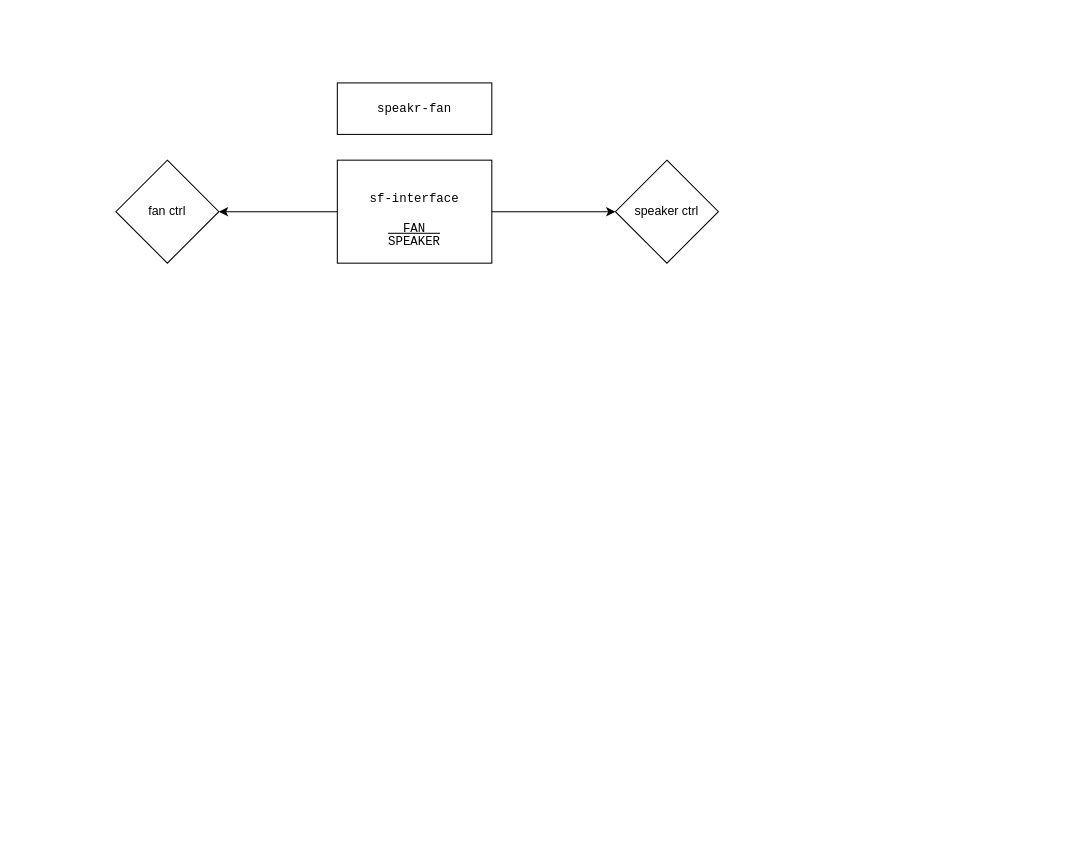
The draw.io diagram arch.dio in khray/speakr-fan, before the edit. Source tidied: cells renumbered, new cells numbered last; positions are measured from the earlier drawing's top-left corner, leaving out a move shared by most shapes. Both pictures are drawn from the tidied source at 103%, with x=0, y=0 at pixel (115, 82).
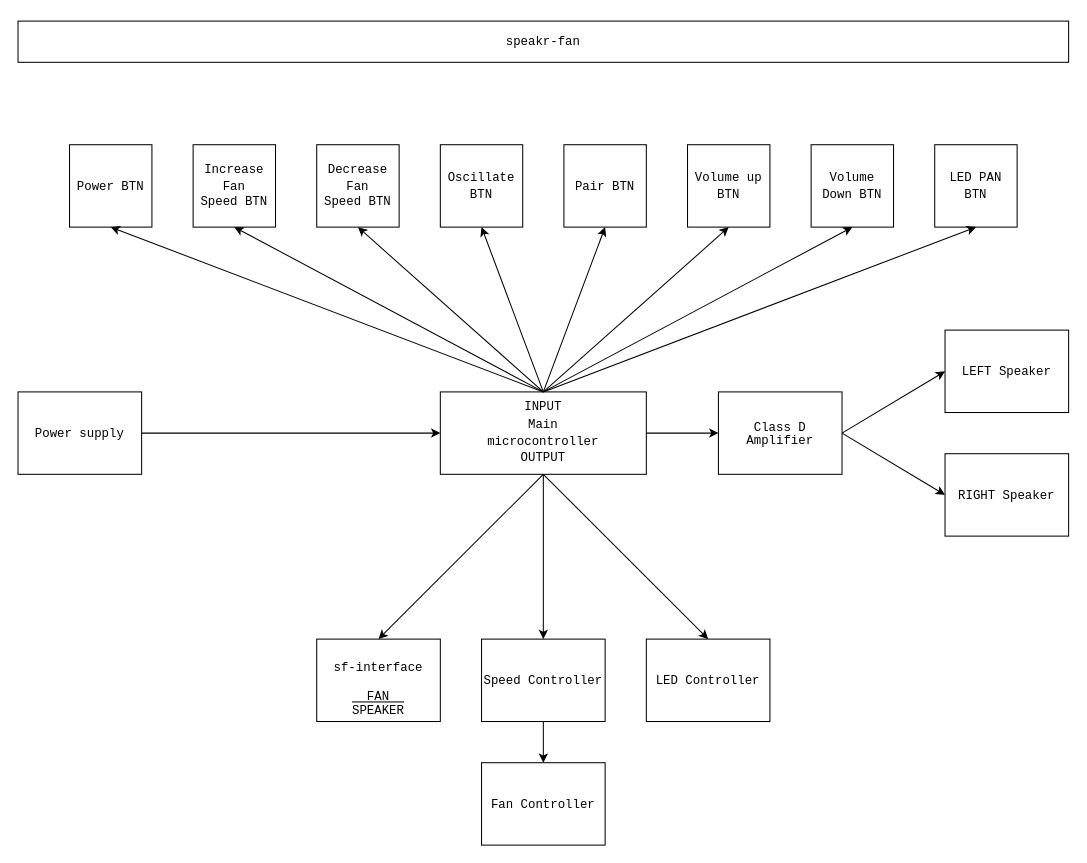
The same diagram, later.

Commit message (it also covers changes not shown here):
Updated the block diagram

The edit, as a diff of the source:
```diff
@@
     <mxCell id="2" value="&lt;h4&gt;&lt;span style=&quot;font-weight: normal;&quot;&gt;&lt;font face=&quot;Courier New&quot;&gt;speakr-fan&lt;/font&gt;&lt;/span&gt;&lt;/h4&gt;" style="whiteSpace=wrap;html=1;" parent="1" vertex="1">
-      <mxGeometry x="215" width="150" height="50" as="geometry" />
+      <mxGeometry x="-95" y="-60" width="1020" height="40" as="geometry" />
     </mxCell>
-    <mxCell id="3" style="edgeStyle=none;html=1;fontFamily=Courier New;" parent="1" edge="1" source="5" target="6">
-      <mxGeometry relative="1" as="geometry" />
-    </mxCell>
-    <mxCell id="4" style="edgeStyle=none;html=1;fontFamily=Courier New;" parent="1" edge="1" source="5" target="7">
-      <mxGeometry relative="1" as="geometry" />
-    </mxCell>
     <mxCell id="5" value="&lt;h4 style=&quot;line-height: 100%;&quot;&gt;&lt;font face=&quot;Courier New&quot;&gt;&lt;span style=&quot;font-weight: 400;&quot;&gt;sf-interface&lt;/span&gt;&lt;/font&gt;&lt;/h4&gt;&lt;div style=&quot;line-height: 100%;&quot;&gt;&lt;font face=&quot;Courier New&quot;&gt;&lt;u&gt;&amp;nbsp; FAN&amp;nbsp;&amp;nbsp;&lt;/u&gt;&lt;/font&gt;&lt;/div&gt;&lt;div style=&quot;line-height: 100%;&quot;&gt;&lt;font face=&quot;Courier New&quot;&gt;SPEAKER&lt;/font&gt;&lt;/div&gt;" style="whiteSpace=wrap;html=1;" parent="1" vertex="1">
-      <mxGeometry x="215" y="75" width="150" height="100" as="geometry" />
+      <mxGeometry x="195" y="540" width="120" height="80" as="geometry" />
     </mxCell>
-    <mxCell id="6" value="fan ctrl" style="rhombus;whiteSpace=wrap;html=1;" parent="1" vertex="1">
-      <mxGeometry y="75" width="100" height="100" as="geometry" />
-    </mxCell>
-    <mxCell id="7" value="speaker ctrl" style="rhombus;whiteSpace=wrap;html=1;" parent="1" vertex="1">
-      <mxGeometry x="485" y="75" width="100" height="100" as="geometry" />
-    </mxCell>
+    <mxCell id="8" style="edgeStyle=none;html=1;exitX=1;exitY=0.5;exitDx=0;exitDy=0;entryX=0;entryY=0.5;entryDx=0;entryDy=0;fontFamily=Courier New;" parent="1" edge="1" source="9" target="17">
+      <mxGeometry relative="1" as="geometry" />
+    </mxCell>
+    <mxCell id="9" value="&lt;font face=&quot;Courier New&quot;&gt;Main&lt;br&gt;microcontroller&lt;/font&gt;" style="whiteSpace=wrap;html=1;" parent="1" vertex="1">
+      <mxGeometry x="315" y="300" width="200" height="80" as="geometry" />
+    </mxCell>
+    <mxCell id="10" value="&lt;h4 style=&quot;line-height: 12px;&quot;&gt;&lt;font face=&quot;Courier New&quot;&gt;&lt;span style=&quot;font-weight: 400;&quot;&gt;LED Controller&lt;/span&gt;&lt;/font&gt;&lt;/h4&gt;" style="whiteSpace=wrap;html=1;" parent="1" vertex="1">
+      <mxGeometry x="515" y="540" width="120" height="80" as="geometry" />
+    </mxCell>
+    <mxCell id="11" style="edgeStyle=none;html=1;entryX=0;entryY=0.5;entryDx=0;entryDy=0;" parent="1" edge="1" source="12" target="9">
+      <mxGeometry relative="1" as="geometry" />
+    </mxCell>
+    <mxCell id="12" value="&lt;font face=&quot;Courier New&quot;&gt;Power supply&lt;/font&gt;" style="whiteSpace=wrap;html=1;" parent="1" vertex="1">
+      <mxGeometry x="-95" y="300" width="120" height="80" as="geometry" />
+    </mxCell>
+    <mxCell id="13" style="edgeStyle=none;html=1;exitX=0.5;exitY=1;exitDx=0;exitDy=0;entryX=0.5;entryY=0;entryDx=0;entryDy=0;fontFamily=Courier New;" parent="1" edge="1" source="14" target="41">
+      <mxGeometry relative="1" as="geometry" />
+    </mxCell>
+    <mxCell id="14" value="&lt;h4 style=&quot;line-height: 100%;&quot;&gt;&lt;font face=&quot;Courier New&quot;&gt;&lt;span style=&quot;font-weight: 400;&quot;&gt;Speed Controller&lt;/span&gt;&lt;/font&gt;&lt;/h4&gt;" style="whiteSpace=wrap;html=1;" parent="1" vertex="1">
+      <mxGeometry x="355" y="540" width="120" height="80" as="geometry" />
+    </mxCell>
+    <mxCell id="15" style="edgeStyle=none;html=1;exitX=1;exitY=0.5;exitDx=0;exitDy=0;entryX=0;entryY=0.5;entryDx=0;entryDy=0;fontFamily=Courier New;" parent="1" edge="1" source="17" target="26">
+      <mxGeometry relative="1" as="geometry" />
+    </mxCell>
+    <mxCell id="16" style="edgeStyle=none;html=1;exitX=1;exitY=0.5;exitDx=0;exitDy=0;entryX=0;entryY=0.5;entryDx=0;entryDy=0;fontFamily=Courier New;" parent="1" edge="1" source="17" target="27">
+      <mxGeometry relative="1" as="geometry" />
+    </mxCell>
+    <mxCell id="17" value="&lt;h4 style=&quot;line-height: 100%;&quot;&gt;&lt;font face=&quot;Courier New&quot;&gt;&lt;span style=&quot;font-weight: 400;&quot;&gt;Class D Amplifier&lt;/span&gt;&lt;/font&gt;&lt;/h4&gt;" style="whiteSpace=wrap;html=1;" parent="1" vertex="1">
+      <mxGeometry x="585" y="300" width="120" height="80" as="geometry" />
+    </mxCell>
+    <mxCell id="18" value="&lt;font face=&quot;Courier New&quot;&gt;Pair BTN&lt;/font&gt;" style="whiteSpace=wrap;html=1;" parent="1" vertex="1">
+      <mxGeometry x="435" y="60" width="80" height="80" as="geometry" />
+    </mxCell>
+    <mxCell id="19" value="&lt;font face=&quot;Courier New&quot;&gt;Volume up BTN&lt;/font&gt;" style="whiteSpace=wrap;html=1;" parent="1" vertex="1">
+      <mxGeometry x="555" y="60" width="80" height="80" as="geometry" />
+    </mxCell>
+    <mxCell id="20" value="&lt;font face=&quot;Courier New&quot;&gt;Volume Down BTN&lt;/font&gt;" style="whiteSpace=wrap;html=1;" parent="1" vertex="1">
+      <mxGeometry x="675" y="60" width="80" height="80" as="geometry" />
+    </mxCell>
+    <mxCell id="21" value="&lt;font face=&quot;Courier New&quot;&gt;Power BTN&lt;br&gt;&lt;/font&gt;" style="whiteSpace=wrap;html=1;" parent="1" vertex="1">
+      <mxGeometry x="-45" y="60" width="80" height="80" as="geometry" />
+    </mxCell>
+    <mxCell id="22" value="&lt;font face=&quot;Courier New&quot;&gt;Increase Fan Speed&amp;nbsp;&lt;/font&gt;&lt;span style=&quot;font-family: &amp;quot;Courier New&amp;quot;;&quot;&gt;BTN&lt;/span&gt;" style="whiteSpace=wrap;html=1;" parent="1" vertex="1">
+      <mxGeometry x="75" y="60" width="80" height="80" as="geometry" />
+    </mxCell>
+    <mxCell id="23" value="&lt;font face=&quot;Courier New&quot;&gt;Decrease Fan Speed&amp;nbsp;&lt;/font&gt;&lt;span style=&quot;font-family: &amp;quot;Courier New&amp;quot;;&quot;&gt;BTN&lt;/span&gt;" style="whiteSpace=wrap;html=1;" parent="1" vertex="1">
+      <mxGeometry x="195" y="60" width="80" height="80" as="geometry" />
+    </mxCell>
+    <mxCell id="24" value="&lt;font face=&quot;Courier New&quot;&gt;LED PAN BTN&lt;/font&gt;" style="whiteSpace=wrap;html=1;" parent="1" vertex="1">
+      <mxGeometry x="795" y="60" width="80" height="80" as="geometry" />
+    </mxCell>
+    <mxCell id="25" value="&lt;font face=&quot;Courier New&quot;&gt;Oscillate BTN&lt;/font&gt;" style="whiteSpace=wrap;html=1;" parent="1" vertex="1">
+      <mxGeometry x="315" y="60" width="80" height="80" as="geometry" />
+    </mxCell>
+    <mxCell id="26" value="&lt;h4 style=&quot;line-height: 100%;&quot;&gt;&lt;font face=&quot;Courier New&quot;&gt;&lt;span style=&quot;font-weight: 400;&quot;&gt;LEFT Speaker&lt;/span&gt;&lt;/font&gt;&lt;/h4&gt;" style="whiteSpace=wrap;html=1;" parent="1" vertex="1">
+      <mxGeometry x="805" y="240" width="120" height="80" as="geometry" />
+    </mxCell>
+    <mxCell id="27" value="&lt;h4 style=&quot;line-height: 100%;&quot;&gt;&lt;font face=&quot;Courier New&quot;&gt;&lt;span style=&quot;font-weight: 400;&quot;&gt;RIGHT Speaker&lt;/span&gt;&lt;/font&gt;&lt;/h4&gt;" style="whiteSpace=wrap;html=1;" parent="1" vertex="1">
+      <mxGeometry x="805" y="360" width="120" height="80" as="geometry" />
+    </mxCell>
+    <mxCell id="28" style="edgeStyle=none;html=1;exitX=0.5;exitY=0;exitDx=0;exitDy=0;entryX=0.5;entryY=1;entryDx=0;entryDy=0;fontFamily=Courier New;" parent="1" edge="1" source="36" target="21">
+      <mxGeometry relative="1" as="geometry" />
+    </mxCell>
+    <mxCell id="29" style="edgeStyle=none;html=1;exitX=0.5;exitY=0;exitDx=0;exitDy=0;entryX=0.5;entryY=1;entryDx=0;entryDy=0;fontFamily=Courier New;" parent="1" edge="1" source="36" target="22">
+      <mxGeometry relative="1" as="geometry" />
+    </mxCell>
+    <mxCell id="30" style="edgeStyle=none;html=1;exitX=0.5;exitY=0;exitDx=0;exitDy=0;entryX=0.5;entryY=1;entryDx=0;entryDy=0;fontFamily=Courier New;" parent="1" edge="1" source="36" target="23">
+      <mxGeometry relative="1" as="geometry" />
+    </mxCell>
+    <mxCell id="31" style="edgeStyle=none;html=1;exitX=0.5;exitY=0;exitDx=0;exitDy=0;entryX=0.5;entryY=1;entryDx=0;entryDy=0;fontFamily=Courier New;" parent="1" edge="1" source="36" target="25">
+      <mxGeometry relative="1" as="geometry" />
+    </mxCell>
+    <mxCell id="32" style="edgeStyle=none;html=1;exitX=0.5;exitY=0;exitDx=0;exitDy=0;entryX=0.5;entryY=1;entryDx=0;entryDy=0;fontFamily=Courier New;" parent="1" edge="1" source="36" target="18">
+      <mxGeometry relative="1" as="geometry" />
+    </mxCell>
+    <mxCell id="33" style="edgeStyle=none;html=1;exitX=0.5;exitY=0;exitDx=0;exitDy=0;entryX=0.5;entryY=1;entryDx=0;entryDy=0;fontFamily=Courier New;" parent="1" edge="1" source="36" target="19">
+      <mxGeometry relative="1" as="geometry" />
+    </mxCell>
+    <mxCell id="34" style="edgeStyle=none;html=1;exitX=0.5;exitY=0;exitDx=0;exitDy=0;entryX=0.5;entryY=1;entryDx=0;entryDy=0;fontFamily=Courier New;" parent="1" edge="1" source="36" target="20">
+      <mxGeometry relative="1" as="geometry" />
+    </mxCell>
+    <mxCell id="35" style="edgeStyle=none;html=1;exitX=0.5;exitY=0;exitDx=0;exitDy=0;entryX=0.5;entryY=1;entryDx=0;entryDy=0;fontFamily=Courier New;" parent="1" edge="1" source="36" target="24">
+      <mxGeometry relative="1" as="geometry" />
+    </mxCell>
+    <mxCell id="36" value="INPUT" style="text;strokeColor=none;align=center;fillColor=none;html=1;verticalAlign=middle;whiteSpace=wrap;rounded=0;fontFamily=Courier New;" parent="1" vertex="1">
+      <mxGeometry x="385" y="300" width="60" height="30" as="geometry" />
+    </mxCell>
+    <mxCell id="37" style="edgeStyle=none;html=1;exitX=0.5;exitY=1;exitDx=0;exitDy=0;entryX=0.5;entryY=0;entryDx=0;entryDy=0;fontFamily=Courier New;" parent="1" edge="1" source="40" target="5">
+      <mxGeometry relative="1" as="geometry" />
+    </mxCell>
+    <mxCell id="38" style="edgeStyle=none;html=1;exitX=0.5;exitY=1;exitDx=0;exitDy=0;entryX=0.5;entryY=0;entryDx=0;entryDy=0;fontFamily=Courier New;" parent="1" edge="1" source="40" target="14">
+      <mxGeometry relative="1" as="geometry" />
+    </mxCell>
+    <mxCell id="39" style="edgeStyle=none;html=1;exitX=0.5;exitY=1;exitDx=0;exitDy=0;entryX=0.5;entryY=0;entryDx=0;entryDy=0;fontFamily=Courier New;" parent="1" edge="1" source="40" target="10">
+      <mxGeometry relative="1" as="geometry" />
+    </mxCell>
+    <mxCell id="40" value="OUTPUT" style="text;strokeColor=none;align=center;fillColor=none;html=1;verticalAlign=middle;whiteSpace=wrap;rounded=0;fontFamily=Courier New;" parent="1" vertex="1">
+      <mxGeometry x="385" y="350" width="60" height="30" as="geometry" />
+    </mxCell>
+    <mxCell id="41" value="&lt;h4 style=&quot;line-height: 100%;&quot;&gt;&lt;font face=&quot;Courier New&quot;&gt;&lt;span style=&quot;font-weight: 400;&quot;&gt;Fan Controller&lt;/span&gt;&lt;/font&gt;&lt;/h4&gt;" style="whiteSpace=wrap;html=1;" parent="1" vertex="1">
+      <mxGeometry x="355" y="660" width="120" height="80" as="geometry" />
+    </mxCell>
```
